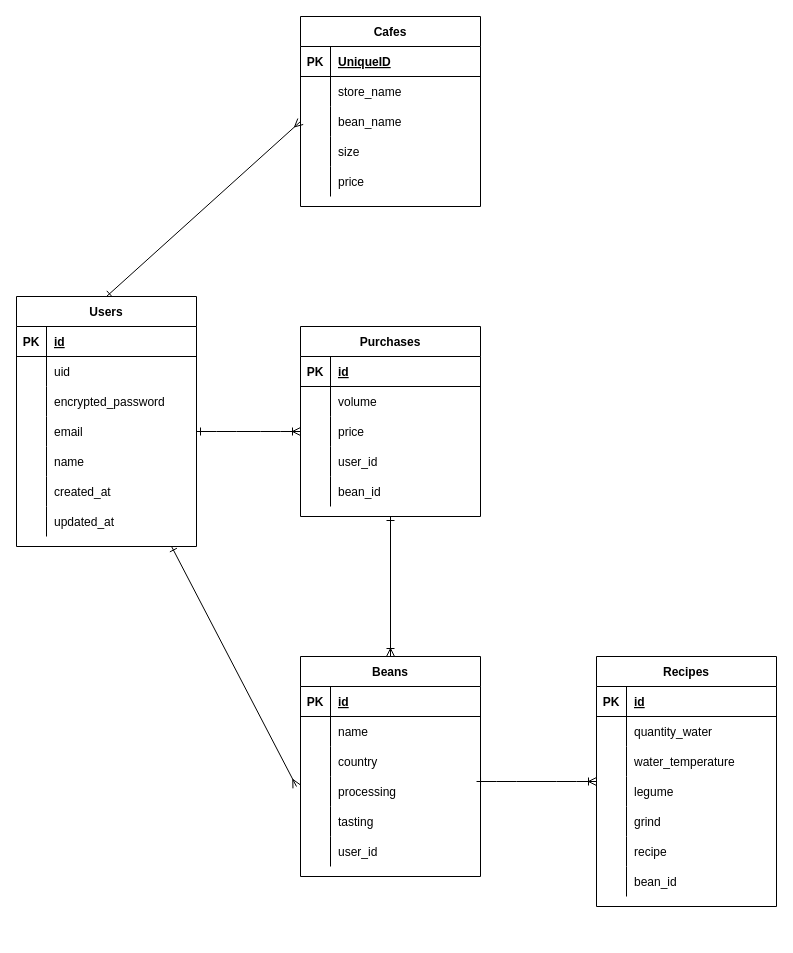
Above: coffee_recode_er.dio in diagonal-m/coffee_recode (draw.io), before the change. Source tidied: cells renumbered, new cells numbered last; positions are measured from the earlier drawing's top-left corner, leaving out a move shared by most shapes. Both pictures are drawn from the tidied source at 100%, with x=0, y=0 at pixel (16, 16).
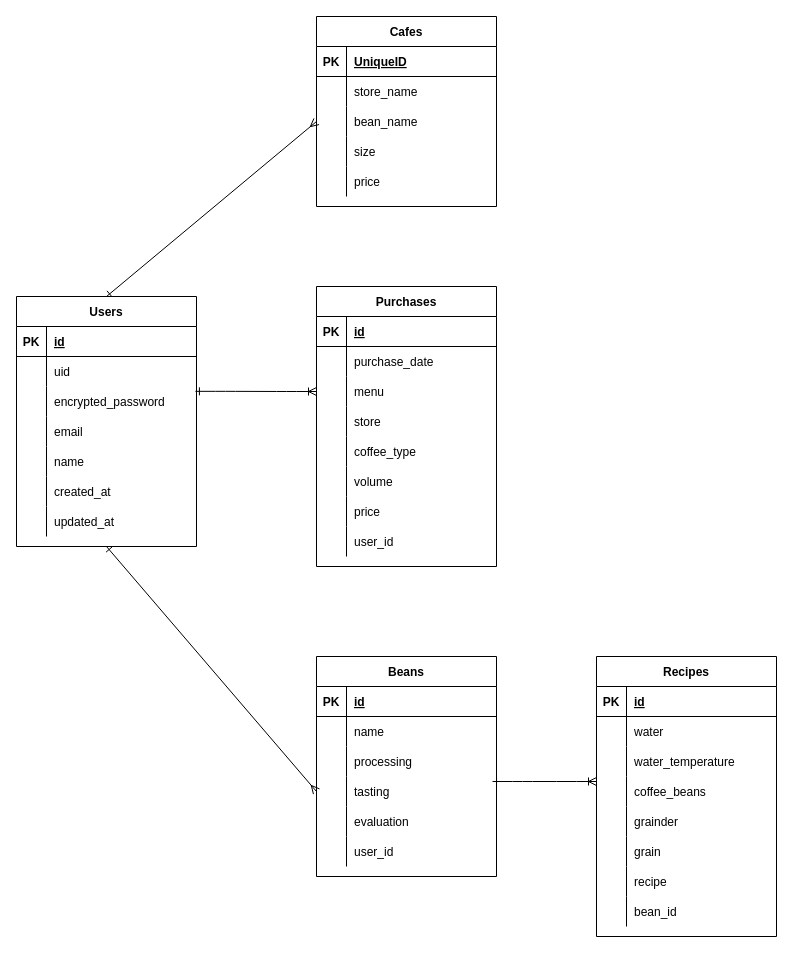
Above is the later version.

Unchanged cells that the change refers to:
```xml
<mxCell id="4" value="Users" style="shape=table;startSize=30;childLayout=tableLayout;rowLines=0;fontStyle=1;align=center;" parent="1" vertex="1">
  <mxGeometry y="280" width="180" height="250" as="geometry" />
</mxCell>
<mxCell id="11" style="shape=partialRectangle;fillColor=none;top=0;left=0;bottom=0;right=0;points=[[0,0.5],[1,0.5]];portConstraint=eastwest;" parent="4" vertex="1">
  <mxGeometry y="90" width="180" height="30" as="geometry" />
</mxCell>
<mxCell id="14" style="shape=partialRectangle;fillColor=none;top=0;left=0;bottom=0;right=0;points=[[0,0.5],[1,0.5]];portConstraint=eastwest;" parent="4" vertex="1">
  <mxGeometry y="120" width="180" height="30" as="geometry" />
</mxCell>
<mxCell id="33" style="shape=partialRectangle;fillColor=none;top=0;left=0;bottom=0;right=0;" parent="26" vertex="1">
  <mxGeometry y="90" width="180" height="30" as="geometry" />
</mxCell>
<mxCell id="36" style="shape=partialRectangle;fillColor=none;top=0;left=0;bottom=0;right=0;points=[[0,0.5],[1,0.5]];portConstraint=eastwest;" parent="26" vertex="1">
  <mxGeometry y="120" width="180" height="30" as="geometry" />
</mxCell>
<mxCell id="39" style="shape=partialRectangle;fillColor=none;top=0;left=0;bottom=0;right=0;" parent="26" vertex="1">
  <mxGeometry y="150" width="180" height="30" as="geometry" />
</mxCell>
<mxCell id="49" style="shape=partialRectangle;fillColor=none;top=0;left=0;bottom=0;right=0;" parent="45" vertex="1">
  <mxGeometry y="60" width="180" height="30" as="geometry" />
</mxCell>
<mxCell id="52" style="shape=partialRectangle;fillColor=none;top=0;left=0;bottom=0;right=0;points=[[0,0.5],[1,0.5]];portConstraint=eastwest;" parent="45" vertex="1">
  <mxGeometry y="90" width="180" height="30" as="geometry" />
</mxCell>
<mxCell id="65" style="shape=partialRectangle;fillColor=none;top=0;left=0;bottom=0;right=0;" parent="61" vertex="1">
  <mxGeometry y="60" width="180" height="30" as="geometry" />
</mxCell>
<mxCell id="71" style="shape=partialRectangle;fillColor=none;top=0;left=0;bottom=0;right=0;" parent="61" vertex="1">
  <mxGeometry y="120" width="180" height="30" as="geometry" />
</mxCell>
```

What changed in the source:
```diff
@@
-    <mxCell id="2" style="edgeStyle=none;rounded=1;html=1;startArrow=ERone;startFill=0;strokeColor=default;endArrow=ERmany;endFill=0;" parent="1" edge="1" source="4">
-      <mxGeometry relative="1" as="geometry">
-        <mxPoint x="280" y="770" as="targetPoint" />
-      </mxGeometry>
+    <mxCell id="2" style="edgeStyle=none;rounded=1;html=1;startArrow=ERone;startFill=0;strokeColor=default;endArrow=ERmany;endFill=0;entryX=0;entryY=0.5;entryDx=0;entryDy=0;exitX=0.5;exitY=1;exitDx=0;exitDy=0;" parent="1" edge="1" source="4" target="36">
+      <mxGeometry relative="1" as="geometry" />
     </mxCell>
@@
     <mxCell id="26" value="Beans" style="shape=table;startSize=30;childLayout=tableLayout;rowLines=0;fontStyle=1;align=center;" parent="1" vertex="1">
-      <mxGeometry x="284" y="640" width="180" height="220" as="geometry" />
+      <mxGeometry x="300" y="640" width="180" height="220" as="geometry" />
     </mxCell>
@@
-    <mxCell id="35" value="country" style="shape=partialRectangle;fillColor=none;top=0;left=0;bottom=0;right=0;align=left;spacingLeft=6;overflow=hidden;" parent="33" vertex="1">
+    <mxCell id="35" value="processing" style="shape=partialRectangle;fillColor=none;top=0;left=0;bottom=0;right=0;align=left;spacingLeft=6;overflow=hidden;" parent="33" vertex="1">
       <mxGeometry x="30" width="150" height="30" as="geometry" />
     </mxCell>
@@
-    <mxCell id="38" value="processing" style="shape=partialRectangle;fillColor=none;top=0;left=0;bottom=0;right=0;align=left;spacingLeft=6;overflow=hidden;" parent="36" vertex="1">
+    <mxCell id="38" value="tasting" style="shape=partialRectangle;fillColor=none;top=0;left=0;bottom=0;right=0;align=left;spacingLeft=6;overflow=hidden;" parent="36" vertex="1">
       <mxGeometry x="30" width="150" height="30" as="geometry" />
     </mxCell>
@@
-    <mxCell id="41" value="tasting" style="shape=partialRectangle;fillColor=none;top=0;left=0;bottom=0;right=0;align=left;spacingLeft=6;overflow=hidden;" parent="39" vertex="1">
+    <mxCell id="41" value="evaluation" style="shape=partialRectangle;fillColor=none;top=0;left=0;bottom=0;right=0;align=left;spacingLeft=6;overflow=hidden;" parent="39" vertex="1">
       <mxGeometry x="30" width="150" height="30" as="geometry" />
     </mxCell>
@@
     <mxCell id="45" value="Purchases" style="shape=table;startSize=30;childLayout=tableLayout;rowLines=0;fontStyle=1;align=center;" parent="1" vertex="1">
-      <mxGeometry x="284" y="310" width="180" height="190" as="geometry" />
+      <mxGeometry x="300" y="270" width="180" height="280" as="geometry" />
     </mxCell>
@@
-    <mxCell id="51" value="volume" style="shape=partialRectangle;fillColor=none;top=0;left=0;bottom=0;right=0;align=left;spacingLeft=6;overflow=hidden;" parent="49" vertex="1">
+    <mxCell id="51" value="purchase_date" style="shape=partialRectangle;fillColor=none;top=0;left=0;bottom=0;right=0;align=left;spacingLeft=6;overflow=hidden;" parent="49" vertex="1">
       <mxGeometry x="30" width="150" height="30" as="geometry" />
     </mxCell>
@@
-    <mxCell id="54" value="price" style="shape=partialRectangle;fillColor=none;top=0;left=0;bottom=0;right=0;align=left;spacingLeft=6;overflow=hidden;" parent="52" vertex="1">
+    <mxCell id="54" value="menu" style="shape=partialRectangle;fillColor=none;top=0;left=0;bottom=0;right=0;align=left;spacingLeft=6;overflow=hidden;" parent="52" vertex="1">
       <mxGeometry x="30" width="150" height="30" as="geometry" />
     </mxCell>
+    <mxCell id="102" style="shape=partialRectangle;fillColor=none;top=0;left=0;bottom=0;right=0;" parent="45" vertex="1">
+      <mxGeometry y="120" width="180" height="30" as="geometry" />
+    </mxCell>
+    <mxCell id="103" style="shape=partialRectangle;fillColor=none;top=0;left=0;bottom=0;right=0;overflow=hidden;" parent="102" vertex="1">
+      <mxGeometry width="30" height="30" as="geometry" />
+    </mxCell>
+    <mxCell id="104" value="store" style="shape=partialRectangle;fillColor=none;top=0;left=0;bottom=0;right=0;align=left;spacingLeft=6;overflow=hidden;" parent="102" vertex="1">
+      <mxGeometry x="30" width="150" height="30" as="geometry" />
+    </mxCell>
+    <mxCell id="105" style="shape=partialRectangle;fillColor=none;top=0;left=0;bottom=0;right=0;" parent="45" vertex="1">
+      <mxGeometry y="150" width="180" height="30" as="geometry" />
+    </mxCell>
+    <mxCell id="106" style="shape=partialRectangle;fillColor=none;top=0;left=0;bottom=0;right=0;overflow=hidden;" parent="105" vertex="1">
+      <mxGeometry width="30" height="30" as="geometry" />
+    </mxCell>
+    <mxCell id="107" value="coffee_type" style="shape=partialRectangle;fillColor=none;top=0;left=0;bottom=0;right=0;align=left;spacingLeft=6;overflow=hidden;" parent="105" vertex="1">
+      <mxGeometry x="30" width="150" height="30" as="geometry" />
+    </mxCell>
+    <mxCell id="108" style="shape=partialRectangle;fillColor=none;top=0;left=0;bottom=0;right=0;" parent="45" vertex="1">
+      <mxGeometry y="180" width="180" height="30" as="geometry" />
+    </mxCell>
+    <mxCell id="109" style="shape=partialRectangle;fillColor=none;top=0;left=0;bottom=0;right=0;overflow=hidden;" parent="108" vertex="1">
+      <mxGeometry width="30" height="30" as="geometry" />
+    </mxCell>
+    <mxCell id="110" value="volume" style="shape=partialRectangle;fillColor=none;top=0;left=0;bottom=0;right=0;align=left;spacingLeft=6;overflow=hidden;" parent="108" vertex="1">
+      <mxGeometry x="30" width="150" height="30" as="geometry" />
+    </mxCell>
+    <mxCell id="111" style="shape=partialRectangle;fillColor=none;top=0;left=0;bottom=0;right=0;" parent="45" vertex="1">
+      <mxGeometry y="210" width="180" height="30" as="geometry" />
+    </mxCell>
+    <mxCell id="112" style="shape=partialRectangle;fillColor=none;top=0;left=0;bottom=0;right=0;overflow=hidden;" parent="111" vertex="1">
+      <mxGeometry width="30" height="30" as="geometry" />
+    </mxCell>
+    <mxCell id="113" value="price" style="shape=partialRectangle;fillColor=none;top=0;left=0;bottom=0;right=0;align=left;spacingLeft=6;overflow=hidden;" parent="111" vertex="1">
+      <mxGeometry x="30" width="150" height="30" as="geometry" />
+    </mxCell>
     <mxCell id="55" style="shape=partialRectangle;fillColor=none;top=0;left=0;bottom=0;right=0;" parent="45" vertex="1">
-      <mxGeometry y="120" width="180" height="30" as="geometry" />
+      <mxGeometry y="240" width="180" height="30" as="geometry" />
     </mxCell>
@@
-    <mxCell id="58" style="shape=partialRectangle;fillColor=none;top=0;left=0;bottom=0;right=0;" parent="45" vertex="1">
-      <mxGeometry y="150" width="180" height="30" as="geometry" />
-    </mxCell>
-    <mxCell id="59" style="shape=partialRectangle;fillColor=none;top=0;left=0;bottom=0;right=0;overflow=hidden;" parent="58" vertex="1">
-      <mxGeometry width="30" height="30" as="geometry" />
-    </mxCell>
-    <mxCell id="60" value="bean_id" style="shape=partialRectangle;fillColor=none;top=0;left=0;bottom=0;right=0;align=left;spacingLeft=6;overflow=hidden;" parent="58" vertex="1">
-      <mxGeometry x="30" width="150" height="30" as="geometry" />
-    </mxCell>
     <mxCell id="61" value="Recipes" style="shape=table;startSize=30;childLayout=tableLayout;rowLines=0;fontStyle=1;align=center;" parent="1" vertex="1">
-      <mxGeometry x="580" y="640" width="180" height="250" as="geometry" />
+      <mxGeometry x="580" y="640" width="180" height="280" as="geometry" />
     </mxCell>
@@
-    <mxCell id="67" value="quantity_water" style="shape=partialRectangle;fillColor=none;top=0;left=0;bottom=0;right=0;align=left;spacingLeft=6;overflow=hidden;" parent="65" vertex="1">
+    <mxCell id="67" value="water" style="shape=partialRectangle;fillColor=none;top=0;left=0;bottom=0;right=0;align=left;spacingLeft=6;overflow=hidden;" parent="65" vertex="1">
       <mxGeometry x="30" width="150" height="30" as="geometry" />
     </mxCell>
@@
-    <mxCell id="73" value="legume" style="shape=partialRectangle;fillColor=none;top=0;left=0;bottom=0;right=0;align=left;spacingLeft=6;overflow=hidden;" parent="71" vertex="1">
+    <mxCell id="73" value="coffee_beans" style="shape=partialRectangle;fillColor=none;top=0;left=0;bottom=0;right=0;align=left;spacingLeft=6;overflow=hidden;" parent="71" vertex="1">
       <mxGeometry x="30" width="150" height="30" as="geometry" />
     </mxCell>
+    <mxCell id="114" style="shape=partialRectangle;fillColor=none;top=0;left=0;bottom=0;right=0;" parent="61" vertex="1">
+      <mxGeometry y="150" width="180" height="30" as="geometry" />
+    </mxCell>
+    <mxCell id="115" style="shape=partialRectangle;fillColor=none;top=0;left=0;bottom=0;right=0;overflow=hidden;" parent="114" vertex="1">
+      <mxGeometry width="30" height="30" as="geometry" />
+    </mxCell>
+    <mxCell id="116" value="grainder" style="shape=partialRectangle;fillColor=none;top=0;left=0;bottom=0;right=0;align=left;spacingLeft=6;overflow=hidden;" parent="114" vertex="1">
+      <mxGeometry x="30" width="150" height="30" as="geometry" />
+    </mxCell>
     <mxCell id="74" style="shape=partialRectangle;fillColor=none;top=0;left=0;bottom=0;right=0;" parent="61" vertex="1">
-      <mxGeometry y="150" width="180" height="30" as="geometry" />
+      <mxGeometry y="180" width="180" height="30" as="geometry" />
     </mxCell>
@@
-    <mxCell id="76" value="grind" style="shape=partialRectangle;fillColor=none;top=0;left=0;bottom=0;right=0;align=left;spacingLeft=6;overflow=hidden;" parent="74" vertex="1">
+    <mxCell id="76" value="grain" style="shape=partialRectangle;fillColor=none;top=0;left=0;bottom=0;right=0;align=left;spacingLeft=6;overflow=hidden;" parent="74" vertex="1">
       <mxGeometry x="30" width="150" height="30" as="geometry" />
     </mxCell>
     <mxCell id="77" style="shape=partialRectangle;fillColor=none;top=0;left=0;bottom=0;right=0;" parent="61" vertex="1">
-      <mxGeometry y="180" width="180" height="30" as="geometry" />
+      <mxGeometry y="210" width="180" height="30" as="geometry" />
     </mxCell>
@@
     <mxCell id="80" style="shape=partialRectangle;fillColor=none;top=0;left=0;bottom=0;right=0;" parent="61" vertex="1">
-      <mxGeometry y="210" width="180" height="30" as="geometry" />
+      <mxGeometry y="240" width="180" height="30" as="geometry" />
     </mxCell>
@@
-    <mxCell id="83" style="edgeStyle=entityRelationEdgeStyle;fontSize=12;html=1;endArrow=ERoneToMany;exitX=1;exitY=0.5;exitDx=0;exitDy=0;entryX=0;entryY=0.5;entryDx=0;entryDy=0;startArrow=ERone;startFill=0;" parent="1" edge="1" source="14" target="52">
+    <mxCell id="83" style="edgeStyle=entityRelationEdgeStyle;fontSize=12;html=1;endArrow=ERoneToMany;exitX=0.994;exitY=0.161;exitDx=0;exitDy=0;entryX=0;entryY=0.5;entryDx=0;entryDy=0;startArrow=ERone;startFill=0;exitPerimeter=0;" parent="1" edge="1" source="11" target="52">
       <mxGeometry relative="1" as="geometry" />
     </mxCell>
-    <mxCell id="84" style="edgeStyle=none;html=1;exitX=0.5;exitY=1;exitDx=0;exitDy=0;entryX=0.5;entryY=0;entryDx=0;entryDy=0;startArrow=ERone;startFill=0;endArrow=ERoneToMany;endFill=0;" parent="1" edge="1" source="45" target="26">
-      <mxGeometry relative="1" as="geometry" />
-    </mxCell>
@@
     <mxCell id="86" value="Cafes" style="shape=table;startSize=30;childLayout=tableLayout;rowLines=0;fontStyle=1;align=center;" parent="1" vertex="1">
-      <mxGeometry x="284" width="180" height="190" as="geometry" />
+      <mxGeometry x="300" width="180" height="190" as="geometry" />
     </mxCell>
```
